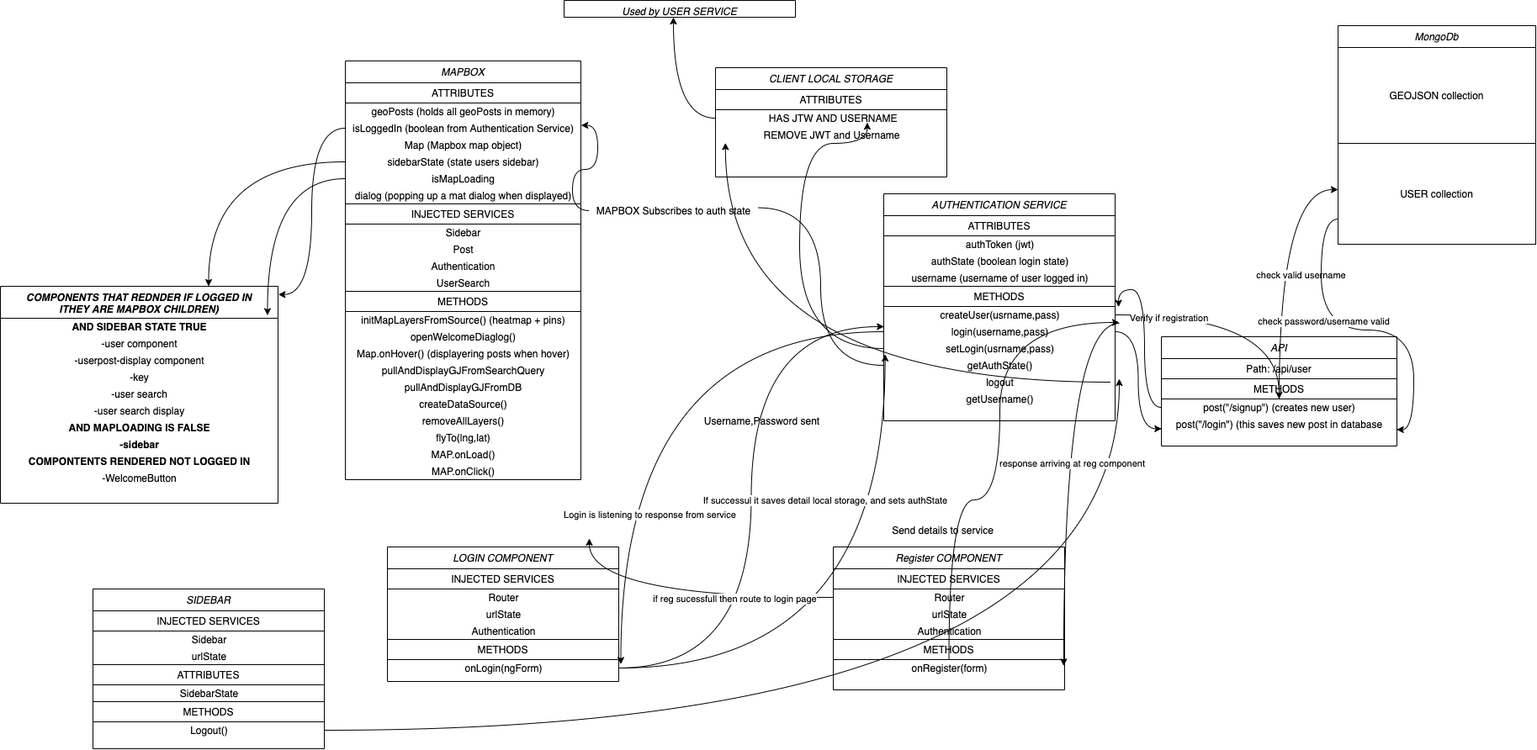
Before: supporting_images/auth.png, a diagram exported from draw.io (edysfy/Group_website). Source tidied: cells renumbered, new cells last; positions are measured from the earlier drawing's top-left corner, leaving out a move shared by most shapes.
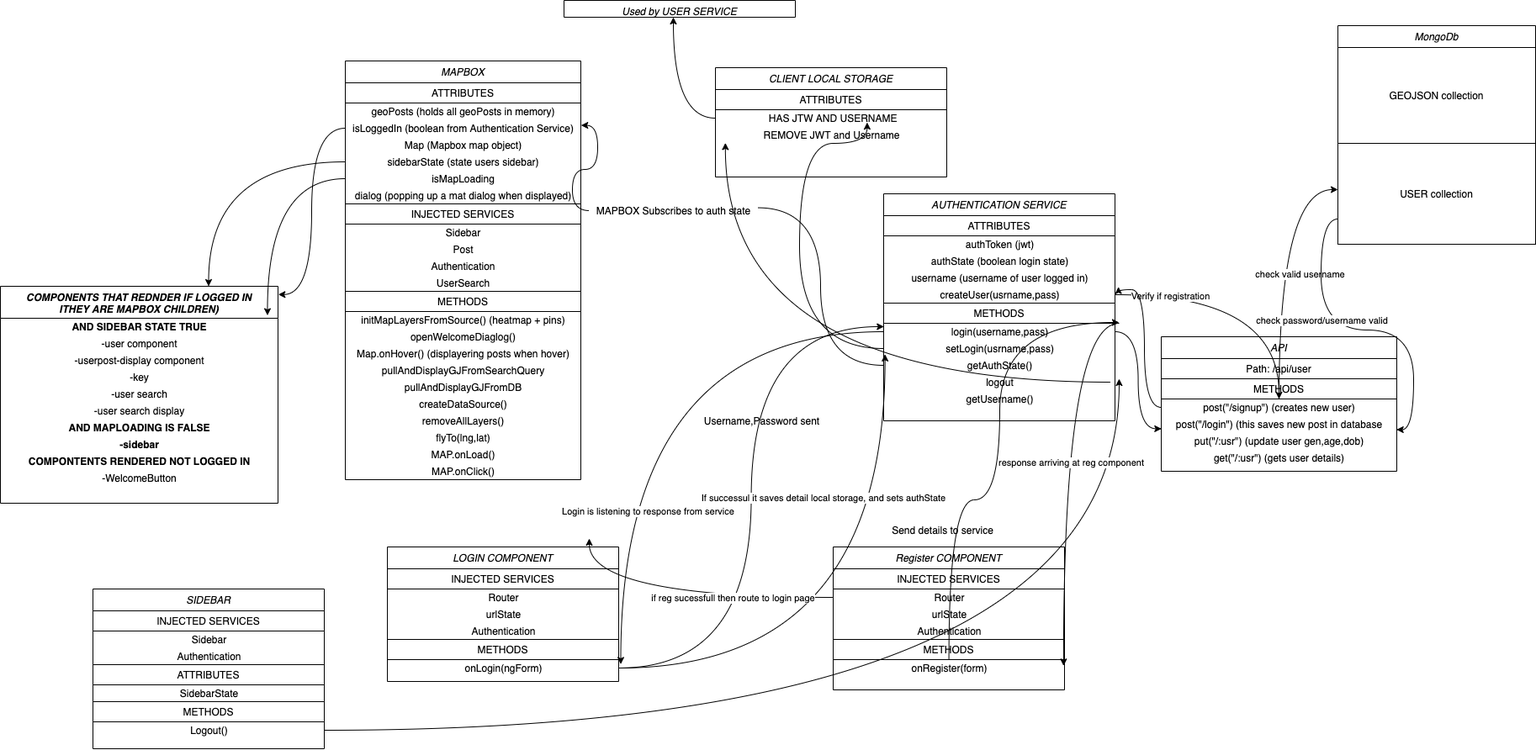
Above is the later version.

Commit message:
user servive cd

Diff of the diagram source:
```diff
@@ -17,12 +17,12 @@
     <mxCell id="6" value="username (username of user logged in)" style="text;html=1;align=center;verticalAlign=middle;strokeColor=none;" parent="2" vertex="1">
       <mxGeometry y="90" width="275" height="20" as="geometry" />
     </mxCell>
+    <mxCell id="8" value="createUser(usrname,pass)" style="text;html=1;align=center;verticalAlign=middle;points=[];strokeColor=none;" parent="2" vertex="1">
+      <mxGeometry y="110" width="275" height="20" as="geometry" />
+    </mxCell>
     <mxCell id="7" value="METHODS" style="whiteSpace=wrap;html=1;align=center;" parent="2" vertex="1">
-      <mxGeometry y="110" width="275" height="24" as="geometry" />
+      <mxGeometry y="130" width="275" height="24" as="geometry" />
     </mxCell>
-    <mxCell id="8" value="createUser(usrname,pass)" style="text;html=1;align=center;verticalAlign=middle;points=[];strokeColor=none;" parent="2" vertex="1">
-      <mxGeometry y="134" width="275" height="20" as="geometry" />
-    </mxCell>
     <mxCell id="9" value="login(username,pass)" style="text;html=1;align=center;verticalAlign=middle;points=[];strokeColor=none;" parent="2" vertex="1">
       <mxGeometry y="154" width="275" height="20" as="geometry" />
     </mxCell>
@@ -39,7 +39,7 @@
       <mxGeometry y="234" width="275" height="20" as="geometry" />
     </mxCell>
     <mxCell id="14" value="API" style="swimlane;fontStyle=2;align=center;verticalAlign=top;horizontal=1;startSize=26;rounded=0;shadow=0;strokeWidth=1;" parent="1" vertex="1">
-      <mxGeometry x="1380" y="400" width="280" height="130" as="geometry" />
+      <mxGeometry x="1380" y="400" width="280" height="160" as="geometry" />
     </mxCell>
     <mxCell id="15" value="Path: /api/user" style="whiteSpace=wrap;html=1;align=center;" parent="14" vertex="1">
       <mxGeometry y="26" width="280" height="24" as="geometry" />
@@ -53,6 +53,12 @@
     <mxCell id="18" value="post(&quot;/login&quot;) (this saves new post in database" style="text;html=1;align=center;verticalAlign=middle;points=[];strokeColor=none;" parent="14" vertex="1">
       <mxGeometry y="94" width="280" height="20" as="geometry" />
     </mxCell>
+    <mxCell id="119" value="put(&quot;/:usr&quot;) (update user gen,age,dob)" style="text;html=1;align=center;verticalAlign=middle;strokeColor=none;" parent="14" vertex="1">
+      <mxGeometry y="114" width="280" height="20" as="geometry" />
+    </mxCell>
+    <mxCell id="120" value="get(&quot;/:usr&quot;) (gets user details)" style="text;html=1;align=center;verticalAlign=middle;strokeColor=none;" parent="14" vertex="1">
+      <mxGeometry y="134" width="280" height="20" as="geometry" />
+    </mxCell>
     <mxCell id="19" value="MongoDb" style="swimlane;fontStyle=2;align=center;verticalAlign=top;horizontal=1;startSize=26;rounded=0;shadow=0;strokeWidth=1;" parent="1" vertex="1">
       <mxGeometry x="1590" y="30" width="235" height="260" as="geometry" />
     </mxCell>
@@ -104,12 +110,12 @@
     <mxCell id="35" value="METHODS" style="whiteSpace=wrap;html=1;align=center;" parent="22" vertex="1">
       <mxGeometry y="274" width="280" height="24" as="geometry" />
     </mxCell>
-    <mxCell id="36" style="edgeStyle=orthogonalEdgeStyle;curved=1;rounded=0;jettySize=auto;html=1;entryX=0.036;entryY=0.1;entryDx=0;entryDy=0;entryPerimeter=0;" parent="22" edge="1" source="x">
+    <mxCell id="36" style="edgeStyle=orthogonalEdgeStyle;curved=1;rounded=0;orthogonalLoop=1;jettySize=auto;html=1;entryX=0.036;entryY=0.1;entryDx=0;entryDy=0;entryPerimeter=0;" parent="22" edge="1">
       <mxGeometry relative="1" as="geometry">
         <mxPoint x="10.1" y="400" as="targetPoint" />
       </mxGeometry>
     </mxCell>
-    <mxCell id="37" style="edgeStyle=orthogonalEdgeStyle;curved=1;rounded=0;jettySize=auto;html=1;" parent="22" edge="1" source="x">
+    <mxCell id="37" style="edgeStyle=orthogonalEdgeStyle;curved=1;rounded=0;orthogonalLoop=1;jettySize=auto;html=1;" parent="22" edge="1">
       <mxGeometry relative="1" as="geometry">
         <mxPoint x="140" y="478" as="targetPoint" />
       </mxGeometry>
@@ -316,7 +322,7 @@
     <mxCell id="99" value="Sidebar" style="text;html=1;align=center;verticalAlign=middle;strokeColor=none;" parent="97" vertex="1">
       <mxGeometry y="50" width="275" height="20" as="geometry" />
     </mxCell>
-    <mxCell id="100" value="urlState" style="text;html=1;align=center;verticalAlign=middle;strokeColor=none;" parent="97" vertex="1">
+    <mxCell id="100" value="Authentication" style="text;html=1;align=center;verticalAlign=middle;strokeColor=none;" parent="97" vertex="1">
       <mxGeometry y="70" width="275" height="20" as="geometry" />
     </mxCell>
     <mxCell id="101" value="ATTRIBUTES" style="whiteSpace=wrap;html=1;align=center;" parent="97" vertex="1">
```
